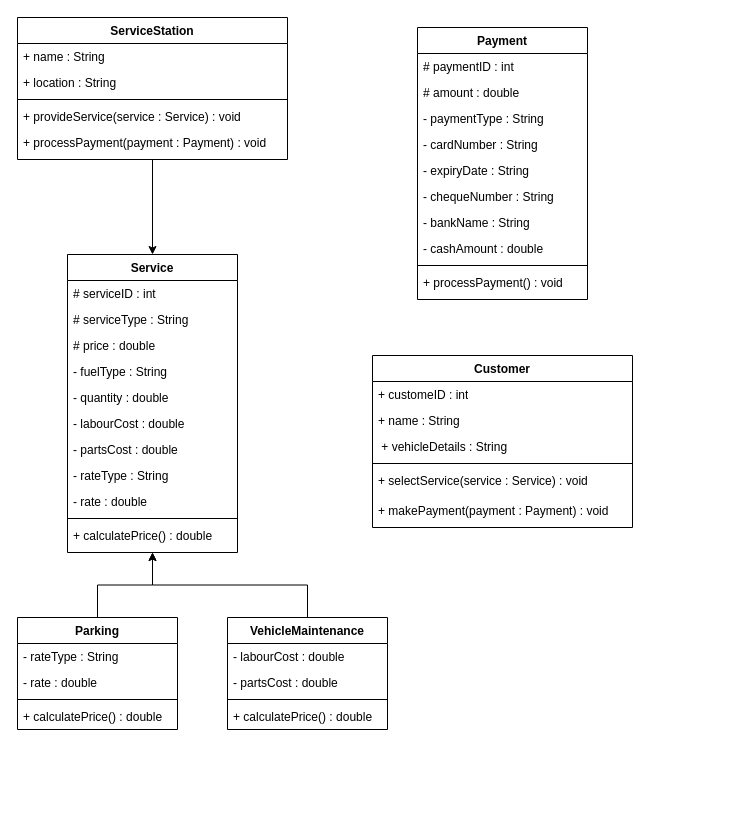
Above: S3/Java/UML_Diagrams/Q1.drawio in HowlingWolf9/Wolfs_Lair (draw.io), before the change. Source tidied: cells renumbered, new cells numbered last; positions are measured from the earlier drawing's top-left corner, leaving out a move shared by most shapes. Both pictures are drawn from the tidied source at 100%, with x=0, y=0 at pixel (17, 17).
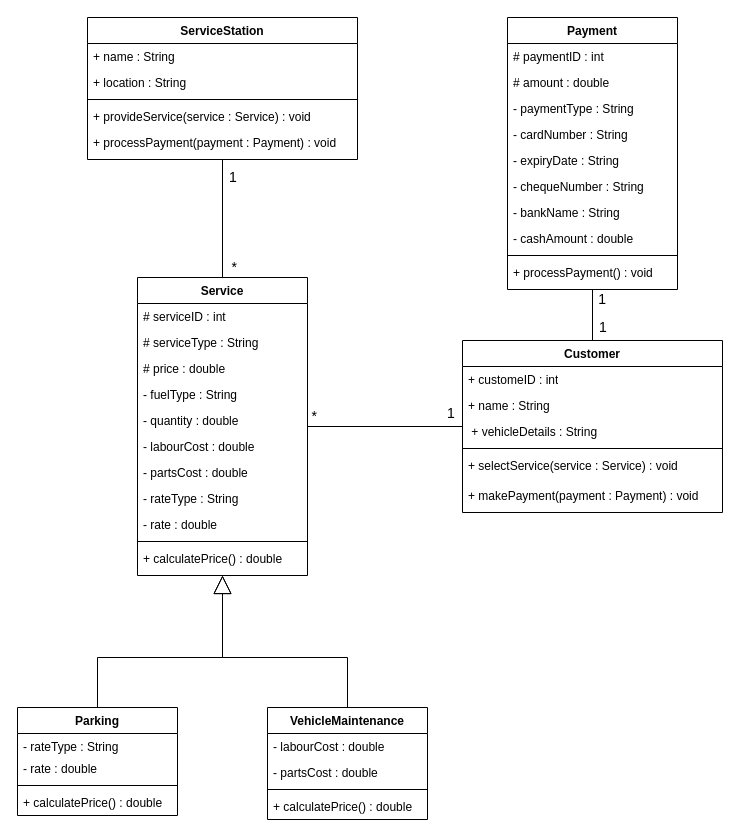
The same page after the edit.

Diff of the diagram source:
```diff
@@
     <mxCell id="2" value="ServiceStation" style="swimlane;fontStyle=1;align=center;verticalAlign=top;horizontal=1;startSize=26;whiteSpace=wrap;html=1;" parent="1" vertex="1">
-      <mxGeometry width="270" height="142" as="geometry" />
+      <mxGeometry x="70" width="270" height="142" as="geometry" />
     </mxCell>
@@
-    <mxCell id="8" style="edgeStyle=orthogonalEdgeStyle;rounded=0;jettySize=auto;html=1;entryX=0.5;entryY=0;entryDx=0;entryDy=0;" parent="1" edge="1" source="2" target="9">
-      <mxGeometry relative="1" as="geometry" />
-    </mxCell>
     <mxCell id="9" value="Service" style="swimlane;fontStyle=1;align=center;verticalAlign=top;horizontal=1;startSize=26;whiteSpace=wrap;html=1;" parent="1" vertex="1">
-      <mxGeometry x="50" y="237" width="170" height="298" as="geometry" />
+      <mxGeometry x="120" y="260" width="170" height="298" as="geometry" />
     </mxCell>
@@
-    <mxCell id="21" style="edgeStyle=orthogonalEdgeStyle;rounded=0;jettySize=auto;html=1;exitX=0.5;exitY=0;exitDx=0;exitDy=0;" parent="1" edge="1" source="22" target="9">
-      <mxGeometry relative="1" as="geometry" />
-    </mxCell>
     <mxCell id="22" value="VehicleMaintenance" style="swimlane;fontStyle=1;align=center;verticalAlign=top;horizontal=1;startSize=26;whiteSpace=wrap;html=1;" parent="1" vertex="1">
-      <mxGeometry x="210" y="600" width="160" height="112" as="geometry" />
+      <mxGeometry x="250" y="690" width="160" height="112" as="geometry" />
     </mxCell>
@@
-    <mxCell id="27" style="edgeStyle=orthogonalEdgeStyle;rounded=0;jettySize=auto;html=1;exitX=0.5;exitY=0;exitDx=0;exitDy=0;" parent="1" edge="1" source="28" target="9">
-      <mxGeometry relative="1" as="geometry" />
-    </mxCell>
     <mxCell id="28" value="Parking" style="swimlane;fontStyle=1;align=center;verticalAlign=top;horizontal=1;startSize=26;whiteSpace=wrap;html=1;" parent="1" vertex="1">
-      <mxGeometry y="600" width="160" height="112" as="geometry" />
+      <mxGeometry y="690" width="160" height="108" as="geometry" />
     </mxCell>
     <mxCell id="29" value="- rateType : String" style="text;strokeColor=none;fillColor=none;align=left;verticalAlign=top;spacingLeft=4;spacingRight=4;overflow=hidden;whiteSpace=wrap;html=1;" parent="28" vertex="1">
-      <mxGeometry y="26" width="160" height="26" as="geometry" />
+      <mxGeometry y="26" width="160" height="22" as="geometry" />
     </mxCell>
     <mxCell id="30" value="- rate : double" style="text;strokeColor=none;fillColor=none;align=left;verticalAlign=top;spacingLeft=4;spacingRight=4;overflow=hidden;whiteSpace=wrap;html=1;" parent="28" vertex="1">
-      <mxGeometry y="52" width="160" height="26" as="geometry" />
+      <mxGeometry y="48" width="160" height="26" as="geometry" />
     </mxCell>
     <mxCell id="31" style="line;strokeWidth=1;fillColor=none;align=left;verticalAlign=middle;spacingTop=-1;spacingLeft=3;spacingRight=3;labelPosition=right;strokeColor=inherit;" parent="28" vertex="1">
-      <mxGeometry y="78" width="160" height="8" as="geometry" />
+      <mxGeometry y="74" width="160" height="8" as="geometry" />
     </mxCell>
     <mxCell id="32" value="+ calculatePrice() : double" style="text;strokeColor=none;fillColor=none;align=left;verticalAlign=top;spacingLeft=4;spacingRight=4;overflow=hidden;whiteSpace=wrap;html=1;" parent="28" vertex="1">
-      <mxGeometry y="86" width="160" height="26" as="geometry" />
+      <mxGeometry y="82" width="160" height="26" as="geometry" />
     </mxCell>
     <mxCell id="33" value="Customer" style="swimlane;fontStyle=1;align=center;verticalAlign=top;horizontal=1;startSize=26;whiteSpace=wrap;html=1;" parent="1" vertex="1">
-      <mxGeometry x="355" y="338" width="260" height="172" as="geometry" />
+      <mxGeometry x="445" y="323" width="260" height="172" as="geometry" />
     </mxCell>
@@
     <mxCell id="40" value="Payment" style="swimlane;fontStyle=1;align=center;verticalAlign=top;horizontal=1;startSize=26;whiteSpace=wrap;html=1;" parent="1" vertex="1">
-      <mxGeometry x="400" y="10" width="170" height="272" as="geometry" />
+      <mxGeometry x="490" width="170" height="272" as="geometry" />
     </mxCell>
@@
+    <mxCell id="27" style="endArrow=block;endSize=16;endFill=0;html=1;rounded=0;exitX=0.5;exitY=0;exitDx=0;exitDy=0;entryX=0.5;entryY=1;entryDx=0;entryDy=0;" parent="1" edge="1" source="28" target="9">
+      <mxGeometry relative="1" as="geometry">
+        <Array as="points">
+          <mxPoint x="80" y="640" />
+          <mxPoint x="205" y="640" />
+        </Array>
+      </mxGeometry>
+    </mxCell>
+    <mxCell id="21" style="endArrow=block;endSize=16;endFill=0;html=1;rounded=0;entryX=0.5;entryY=1;entryDx=0;entryDy=0;exitX=0.5;exitY=0;exitDx=0;exitDy=0;" parent="1" edge="1" source="22" target="9">
+      <mxGeometry relative="1" as="geometry">
+        <Array as="points">
+          <mxPoint x="330" y="640" />
+          <mxPoint x="205" y="640" />
+        </Array>
+      </mxGeometry>
+    </mxCell>
+    <mxCell id="8" style="endArrow=none;html=1;edgeStyle=orthogonalEdgeStyle;rounded=0;exitX=0.5;exitY=1;exitDx=0;exitDy=0;entryX=0.5;entryY=0;entryDx=0;entryDy=0;" parent="1" edge="1" source="2" target="9">
+      <mxGeometry relative="1" as="geometry" />
+    </mxCell>
+    <mxCell id="51" value="&lt;font style=&quot;font-size: 14px;&quot;&gt;1&lt;/font&gt;" style="edgeLabel;html=1;align=left;verticalAlign=bottom;" parent="8" vertex="1">
+      <mxGeometry x="-1" relative="1" as="geometry">
+        <mxPoint x="5" y="28" as="offset" />
+      </mxGeometry>
+    </mxCell>
+    <mxCell id="52" value="&lt;font style=&quot;font-size: 14px;&quot;&gt;*&lt;/font&gt;" style="edgeLabel;html=1;align=right;verticalAlign=bottom;" parent="8" vertex="1">
+      <mxGeometry x="1" relative="1" as="geometry">
+        <mxPoint x="15" as="offset" />
+      </mxGeometry>
+    </mxCell>
+    <mxCell id="53" style="endArrow=none;html=1;edgeStyle=orthogonalEdgeStyle;rounded=0;entryX=1;entryY=0.5;entryDx=0;entryDy=0;exitX=0;exitY=0.5;exitDx=0;exitDy=0;" parent="1" edge="1" source="33" target="9">
+      <mxGeometry relative="1" as="geometry" />
+    </mxCell>
+    <mxCell id="54" value="&lt;font style=&quot;font-size: 14px;&quot;&gt;1&lt;/font&gt;" style="edgeLabel;html=1;align=left;verticalAlign=bottom;" parent="53" vertex="1">
+      <mxGeometry x="-1" relative="1" as="geometry">
+        <mxPoint x="-17" y="-3" as="offset" />
+      </mxGeometry>
+    </mxCell>
+    <mxCell id="55" value="&lt;font style=&quot;font-size: 14px;&quot;&gt;*&lt;/font&gt;" style="edgeLabel;html=1;align=right;verticalAlign=bottom;" parent="53" vertex="1">
+      <mxGeometry x="1" relative="1" as="geometry">
+        <mxPoint x="10" as="offset" />
+      </mxGeometry>
+    </mxCell>
+    <mxCell id="56" style="endArrow=none;html=1;edgeStyle=orthogonalEdgeStyle;rounded=0;exitX=0.5;exitY=0;exitDx=0;exitDy=0;entryX=0.5;entryY=1;entryDx=0;entryDy=0;" parent="1" edge="1" source="33" target="40">
+      <mxGeometry relative="1" as="geometry" />
+    </mxCell>
+    <mxCell id="57" value="&lt;font style=&quot;font-size: 14px;&quot;&gt;1&lt;/font&gt;" style="edgeLabel;html=1;align=left;verticalAlign=bottom;" parent="56" vertex="1">
+      <mxGeometry x="-1" relative="1" as="geometry">
+        <mxPoint x="5" y="-3" as="offset" />
+      </mxGeometry>
+    </mxCell>
+    <mxCell id="58" value="&lt;font style=&quot;font-size: 14px;&quot;&gt;1&lt;/font&gt;" style="edgeLabel;html=1;align=right;verticalAlign=bottom;" parent="56" vertex="1">
+      <mxGeometry x="1" relative="1" as="geometry">
+        <mxPoint x="14" y="20" as="offset" />
+      </mxGeometry>
+    </mxCell>
```
